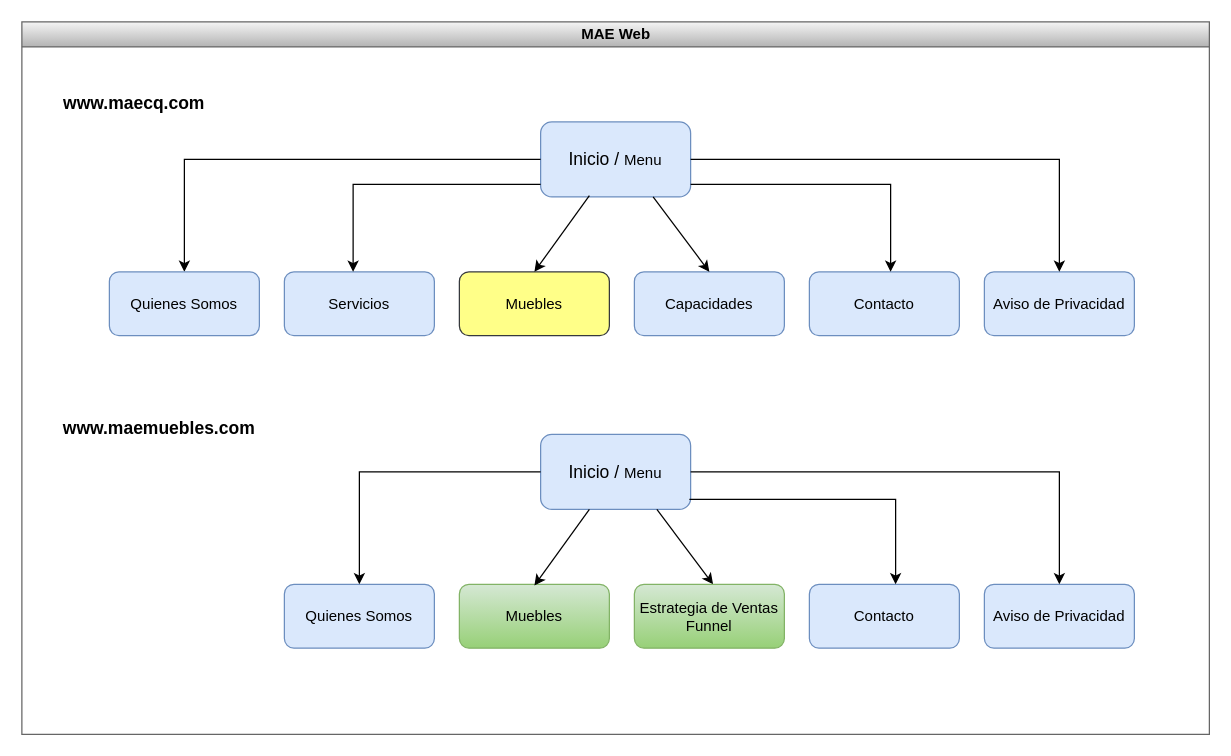
RaulGutierrezCarmona/Diagrams keeps this draw.io diagram as Actual/Diagrama sin título.drawio. Above is the earlier version. Source tidied: cells renumbered, new cells numbered last; positions are measured from the earlier drawing's top-left corner, leaving out a move shared by most shapes. Both pictures are drawn from the tidied source at 125%, with x=0, y=0 at pixel (21, 21).
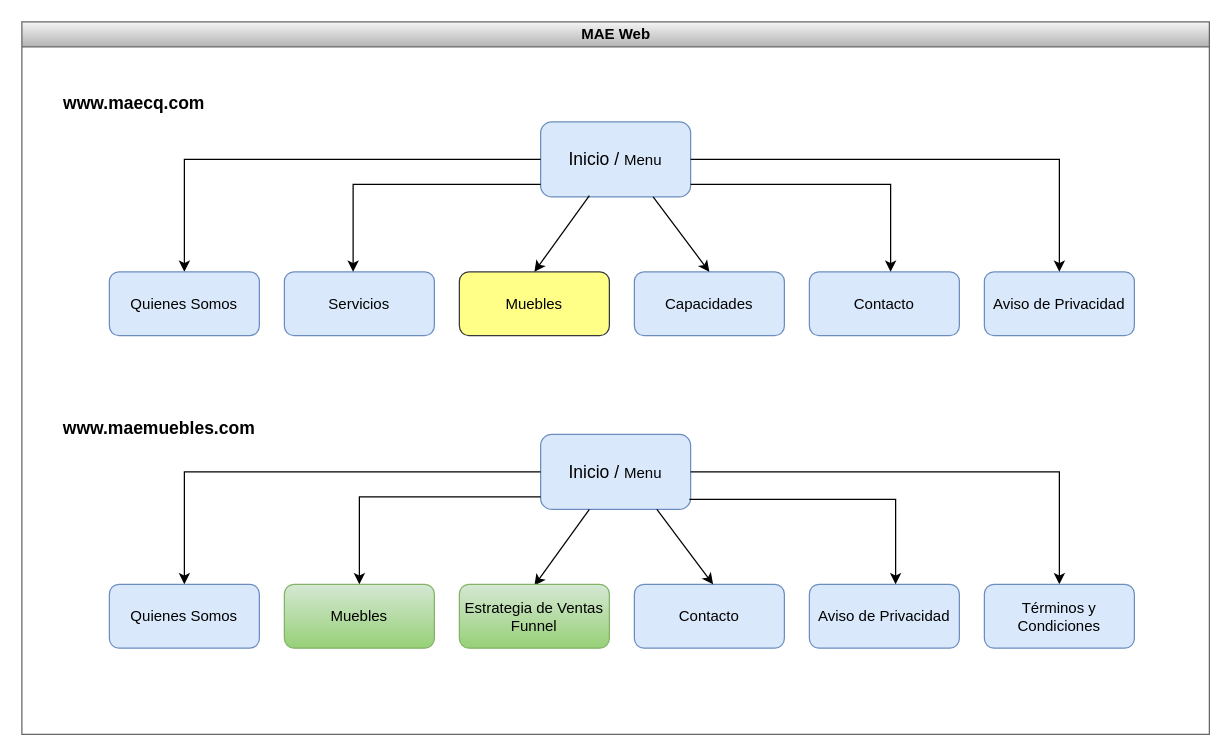
After the change.

The change refers to these unchanged cells:
```xml
<mxCell id="2" value="MAE Web" style="swimlane;html=1;startSize=20;horizontal=1;containerType=tree;glass=0;fillColor=#f5f5f5;gradientColor=#b3b3b3;strokeColor=#666666;" parent="1" vertex="1">
  <mxGeometry width="950" height="570" as="geometry" />
</mxCell>
```

What changed in the source:
```diff
@@
     <mxCell id="19" value="&lt;font style=&quot;font-size: 12px;&quot;&gt;Muebles&lt;/font&gt;" style="rounded=1;whiteSpace=wrap;html=1;fillColor=#d5e8d4;strokeColor=#82b366;gradientColor=#97d077;" parent="2" vertex="1">
-      <mxGeometry x="350" y="450" width="120" height="51" as="geometry" />
+      <mxGeometry x="210" y="450" width="120" height="51" as="geometry" />
     </mxCell>
@@
     <mxCell id="21" value="&lt;font style=&quot;font-size: 12px;&quot;&gt;Quienes Somos&lt;/font&gt;" style="rounded=1;whiteSpace=wrap;html=1;fillColor=#dae8fc;strokeColor=#6c8ebf;" parent="2" vertex="1">
-      <mxGeometry x="210" y="450" width="120" height="51" as="geometry" />
+      <mxGeometry x="70" y="450" width="120" height="51" as="geometry" />
     </mxCell>
-    <mxCell id="22" style="edgeStyle=orthogonalEdgeStyle;rounded=0;orthogonalLoop=1;jettySize=auto;html=1;fontSize=12;exitX=0;exitY=0.5;exitDx=0;exitDy=0;" parent="2" edge="1">
+    <mxCell id="22" style="edgeStyle=orthogonalEdgeStyle;rounded=0;orthogonalLoop=1;jettySize=auto;html=1;fontSize=12;" parent="2" edge="1">
       <mxGeometry relative="1" as="geometry">
-        <mxPoint x="415" y="360" as="sourcePoint" />
+        <mxPoint x="415" y="380" as="sourcePoint" />
         <mxPoint x="270" y="450" as="targetPoint" />
         <Array as="points">
-          <mxPoint x="270" y="360" />
-          <mxPoint x="270" y="450" />
+          <mxPoint x="415" y="380" />
+          <mxPoint x="270" y="380" />
         </Array>
       </mxGeometry>
     </mxCell>
     <mxCell id="23" value="&lt;font style=&quot;font-size: 12px;&quot;&gt;Contacto&lt;/font&gt;" style="rounded=1;whiteSpace=wrap;html=1;fillColor=#dae8fc;strokeColor=#6c8ebf;" parent="2" vertex="1">
-      <mxGeometry x="630" y="450" width="120" height="51" as="geometry" />
+      <mxGeometry x="490" y="450" width="120" height="51" as="geometry" />
     </mxCell>
     <mxCell id="24" value="&lt;font style=&quot;font-size: 12px;&quot;&gt;Aviso de Privacidad&lt;br&gt;&lt;/font&gt;" style="rounded=1;whiteSpace=wrap;html=1;fillColor=#dae8fc;strokeColor=#6c8ebf;" parent="2" vertex="1">
-      <mxGeometry x="770" y="450" width="120" height="51" as="geometry" />
+      <mxGeometry x="630" y="450" width="120" height="51" as="geometry" />
     </mxCell>
@@
     <mxCell id="27" value="&lt;font style=&quot;font-size: 12px;&quot;&gt;Estrategia de Ventas Funnel&lt;/font&gt;" style="rounded=1;whiteSpace=wrap;html=1;fillColor=#d5e8d4;strokeColor=#82b366;gradientColor=#97d077;" parent="2" vertex="1">
-      <mxGeometry x="490" y="450" width="120" height="51" as="geometry" />
+      <mxGeometry x="350" y="450" width="120" height="51" as="geometry" />
     </mxCell>
@@
+    <mxCell id="29" value="&lt;font style=&quot;font-size: 12px;&quot;&gt;Términos y Condiciones&lt;/font&gt;" style="rounded=1;whiteSpace=wrap;html=1;fillColor=#dae8fc;strokeColor=#6c8ebf;" parent="2" vertex="1">
+      <mxGeometry x="770" y="450" width="120" height="51" as="geometry" />
+    </mxCell>
+    <mxCell id="30" style="edgeStyle=orthogonalEdgeStyle;rounded=0;orthogonalLoop=1;jettySize=auto;html=1;fontSize=12;entryX=0.5;entryY=0;entryDx=0;entryDy=0;exitX=0;exitY=0.5;exitDx=0;exitDy=0;" parent="2" edge="1">
+      <mxGeometry relative="1" as="geometry">
+        <mxPoint x="415" y="360" as="sourcePoint" />
+        <mxPoint x="130" y="450" as="targetPoint" />
+        <Array as="points">
+          <mxPoint x="130" y="360" />
+        </Array>
+      </mxGeometry>
+    </mxCell>
```
